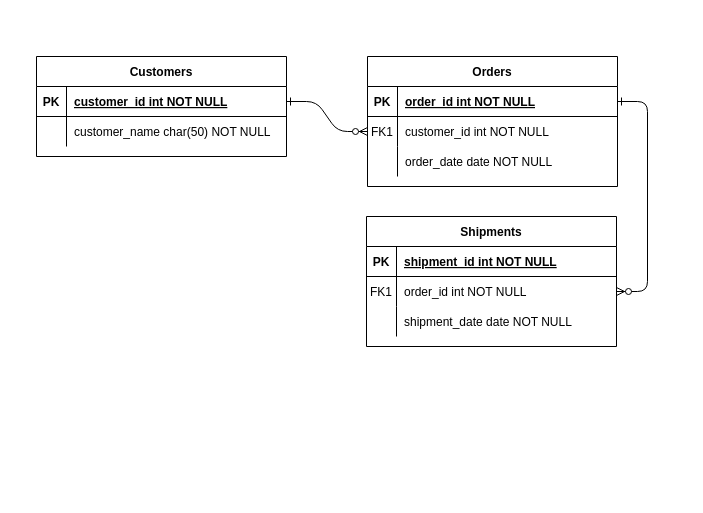
This is Untitled Diagram.drawio from Cristian-Barajas09/proyecto_U_T3_backend, a draw.io file, before an edit. Source tidied: cells renumbered, new cells numbered last; positions are measured from the earlier drawing's top-left corner, leaving out a move shared by most shapes. Both pictures are drawn from the tidied source at 100%, with x=0, y=0 at pixel (36, 56).
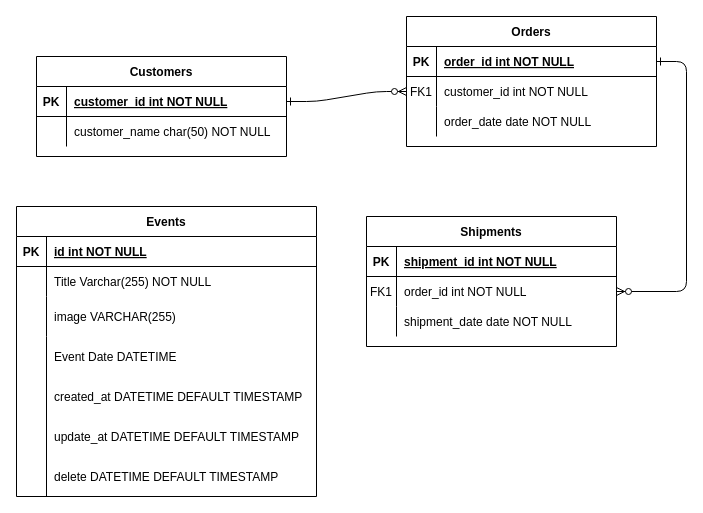
Above is the later version.

Commit message:
feat: create model entity Events

Diff of the diagram source:
```diff
@@
     <mxCell id="4" value="Orders" style="shape=table;startSize=30;childLayout=tableLayout;rowLines=0;fontStyle=1;align=center;" parent="1" vertex="1">
-      <mxGeometry x="331" width="250" height="130" as="geometry" />
+      <mxGeometry x="370" y="-40" width="250" height="130" as="geometry" />
     </mxCell>
@@
+    <mxCell id="31" value="Events" style="shape=table;startSize=30;childLayout=tableLayout;rowLines=0;fontStyle=1;align=center;" parent="1" vertex="1">
+      <mxGeometry x="-20" y="150" width="300" height="290" as="geometry" />
+    </mxCell>
+    <mxCell id="32" style="shape=partialRectangle;fillColor=none;top=0;left=0;right=0;bottom=1;" parent="31" vertex="1">
+      <mxGeometry y="30" width="300" height="30" as="geometry" />
+    </mxCell>
+    <mxCell id="33" value="PK" style="shape=partialRectangle;overflow=hidden;fillColor=none;top=0;left=0;bottom=0;right=0;fontStyle=1;" parent="32" vertex="1">
+      <mxGeometry width="30" height="30" as="geometry" />
+    </mxCell>
+    <mxCell id="34" value="id int NOT NULL " style="shape=partialRectangle;overflow=hidden;fillColor=none;top=0;left=0;bottom=0;right=0;align=left;spacingLeft=6;fontStyle=5;" parent="32" vertex="1">
+      <mxGeometry x="30" width="270" height="30" as="geometry" />
+    </mxCell>
+    <mxCell id="35" style="shape=partialRectangle;fillColor=none;top=0;left=0;right=0;bottom=0;" parent="31" vertex="1">
+      <mxGeometry y="60" width="300" height="30" as="geometry" />
+    </mxCell>
+    <mxCell id="36" style="shape=partialRectangle;overflow=hidden;fillColor=none;top=0;left=0;bottom=0;right=0;" parent="35" vertex="1">
+      <mxGeometry width="30" height="30" as="geometry" />
+    </mxCell>
+    <mxCell id="37" value="Title Varchar(255) NOT NULL" style="shape=partialRectangle;overflow=hidden;fillColor=none;top=0;left=0;bottom=0;right=0;align=left;spacingLeft=6;" parent="35" vertex="1">
+      <mxGeometry x="30" width="270" height="30" as="geometry" />
+    </mxCell>
+    <mxCell id="38" style="shape=partialRectangle;fillColor=none;top=0;left=0;right=0;bottom=0;" parent="31" vertex="1">
+      <mxGeometry y="90" width="300" height="40" as="geometry" />
+    </mxCell>
+    <mxCell id="39" style="shape=partialRectangle;overflow=hidden;fillColor=none;top=0;left=0;bottom=0;right=0;" parent="38" vertex="1">
+      <mxGeometry width="30" height="40" as="geometry" />
+    </mxCell>
+    <mxCell id="40" value="image VARCHAR(255)" style="shape=partialRectangle;overflow=hidden;fillColor=none;top=0;left=0;bottom=0;right=0;align=left;spacingLeft=6;" parent="38" vertex="1">
+      <mxGeometry x="30" width="270" height="40" as="geometry" />
+    </mxCell>
+    <mxCell id="41" value="Event Date DATETIME " style="shape=partialRectangle;overflow=hidden;fillColor=none;top=0;left=0;bottom=0;right=0;align=left;spacingLeft=6;" parent="1" vertex="1">
+      <mxGeometry x="10" y="280" width="220" height="40" as="geometry" />
+    </mxCell>
+    <mxCell id="42" style="shape=partialRectangle;overflow=hidden;fillColor=none;top=0;left=0;bottom=0;right=0;" parent="1" vertex="1">
+      <mxGeometry x="-20" y="280" width="30" height="40" as="geometry" />
+    </mxCell>
+    <mxCell id="43" style="endArrow=none;html=1;" parent="1" edge="1">
+      <mxGeometry relative="1" as="geometry">
+        <mxPoint x="10" y="440" as="sourcePoint" />
+        <mxPoint x="10" y="280" as="targetPoint" />
+      </mxGeometry>
+    </mxCell>
+    <mxCell id="44" value="created_at DATETIME DEFAULT TIMESTAMP" style="shape=partialRectangle;overflow=hidden;fillColor=none;top=0;left=0;bottom=0;right=0;align=left;spacingLeft=6;" parent="1" vertex="1">
+      <mxGeometry x="10" y="320" width="270" height="40" as="geometry" />
+    </mxCell>
+    <mxCell id="45" value="update_at DATETIME DEFAULT TIMESTAMP" style="shape=partialRectangle;overflow=hidden;fillColor=none;top=0;left=0;bottom=0;right=0;align=left;spacingLeft=6;" parent="1" vertex="1">
+      <mxGeometry x="10" y="360" width="270" height="40" as="geometry" />
+    </mxCell>
+    <mxCell id="46" value="delete DATETIME DEFAULT TIMESTAMP" style="shape=partialRectangle;overflow=hidden;fillColor=none;top=0;left=0;bottom=0;right=0;align=left;spacingLeft=6;" parent="1" vertex="1">
+      <mxGeometry x="10" y="400" width="270" height="40" as="geometry" />
+    </mxCell>
```
